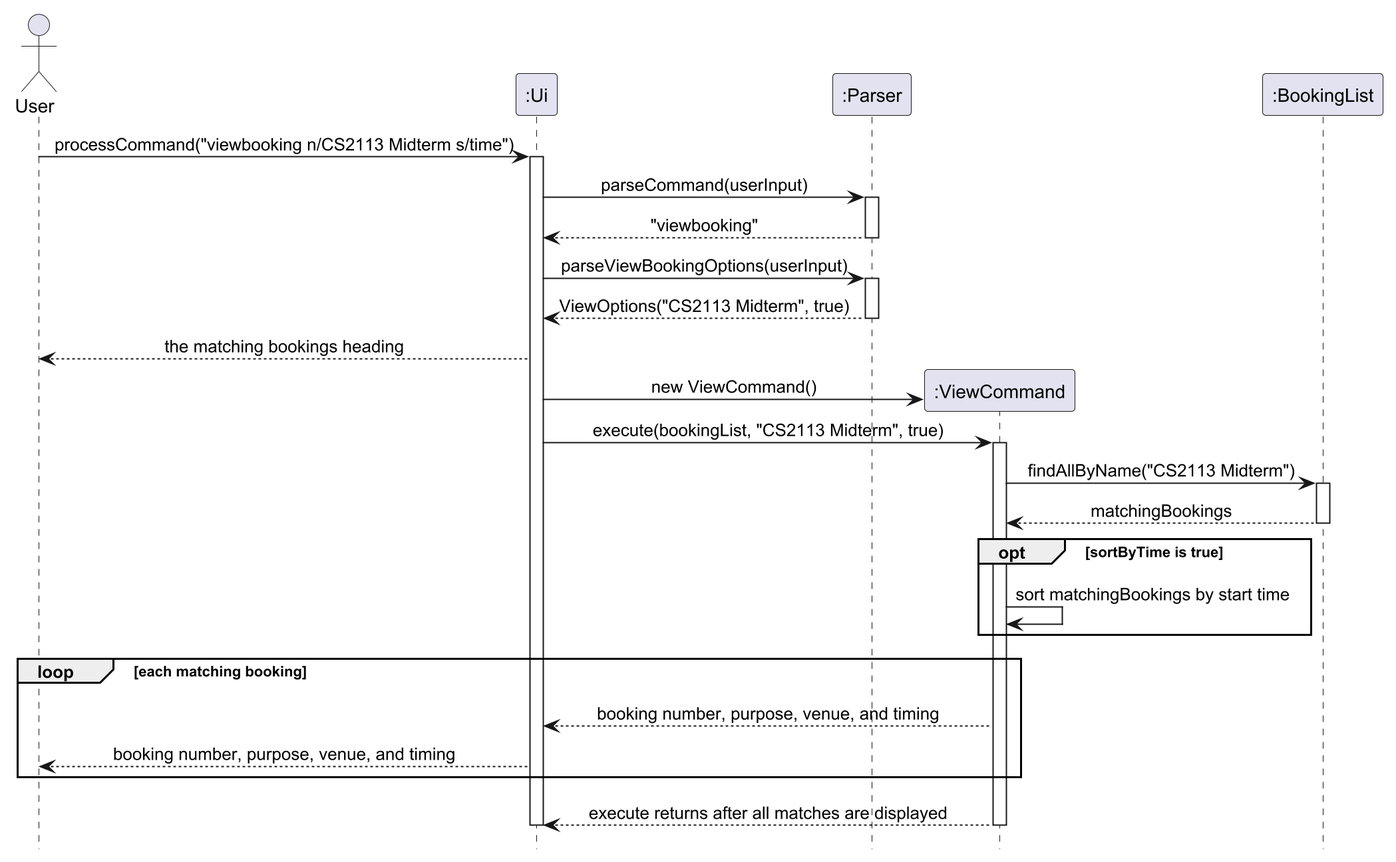
AY2627S1-CS2113-W14-2/tp keeps this PlantUML diagram as docs/UMLDiagrams/ViewCommandSequenceDiagram.png. Above is the earlier version.
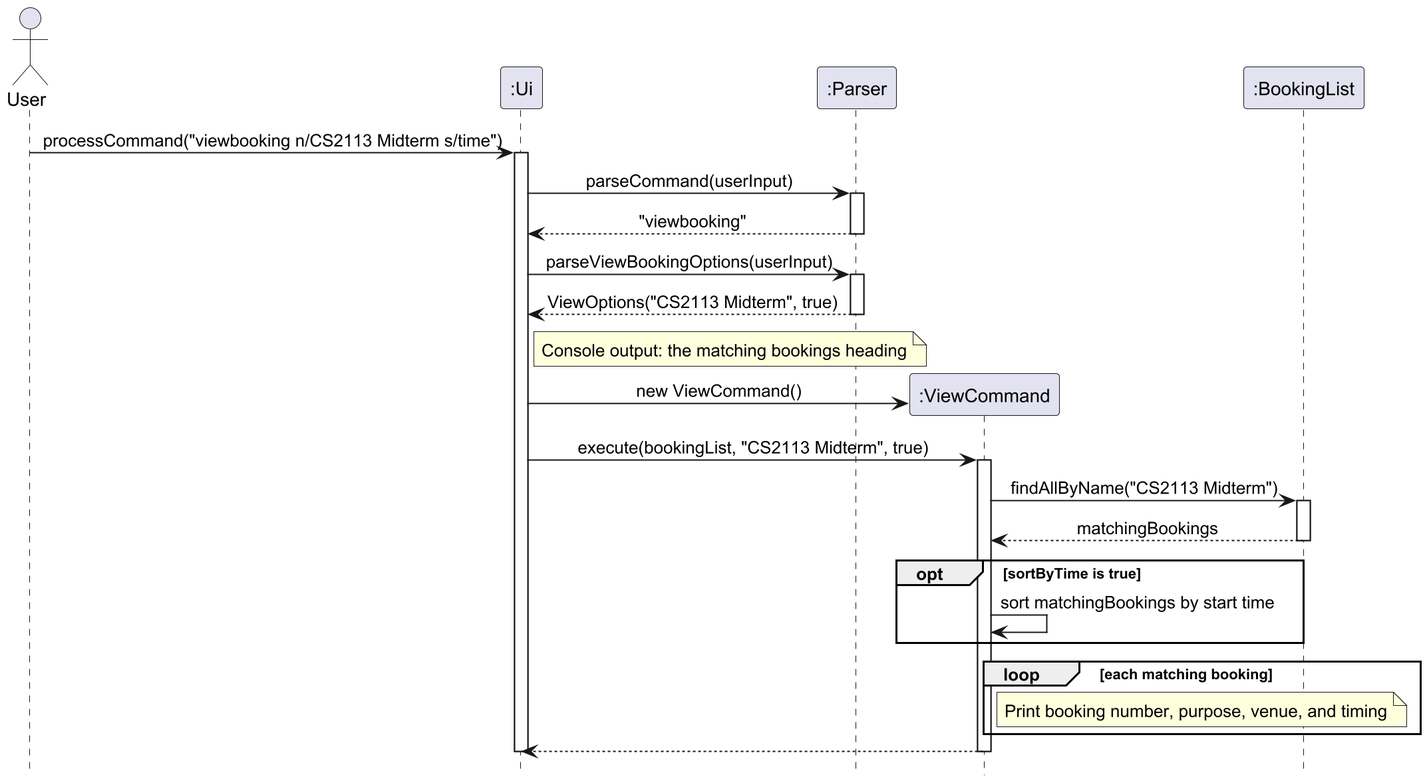
After the commit.

Diff of the diagram source:
```diff
@@ -23,7 +23,7 @@
 Parser --> UI: ViewOptions("CS2113 Midterm", true)
 deactivate Parser
 
-UI --> User: the matching bookings heading
+note right of UI: Console output: the matching bookings heading
 
 create participant ":ViewCommand" as View
 UI -> View: new ViewCommand()
@@ -42,11 +42,10 @@
 end
 
 loop each matching booking
-    View --> UI: booking number, purpose, venue, and timing
-    UI --> User: booking number, purpose, venue, and timing
+    note right of View: Print booking number, purpose, venue, and timing
 end
 
-View --> UI: execute returns after all matches are displayed
+View --> UI
 deactivate View
 
 deactivate UI
```
